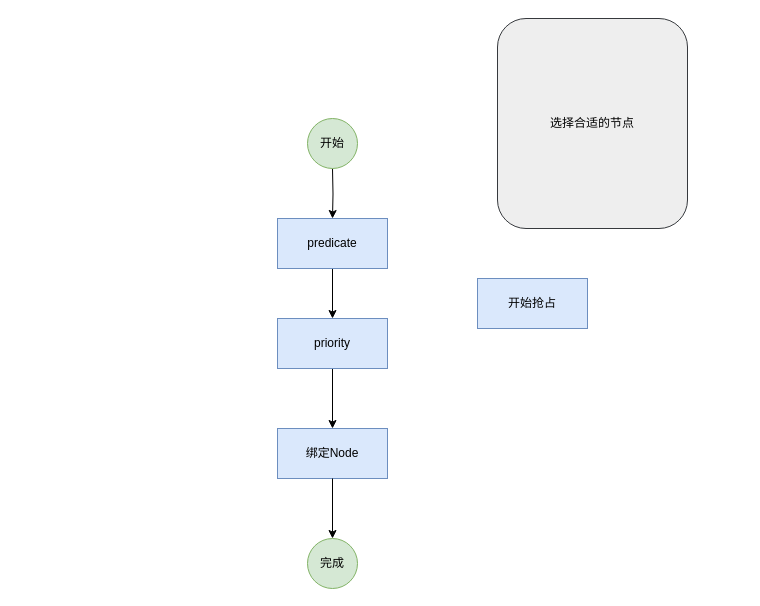
Before: img/Untitled Diagram.drawio in hanlaipeng/project-analysis, a draw.io diagram. Source tidied: cells renumbered, new cells numbered last; positions are measured from the earlier drawing's top-left corner, leaving out a move shared by most shapes. Both pictures are drawn from the tidied source at 100%, with x=0, y=0 at pixel (277, 18).
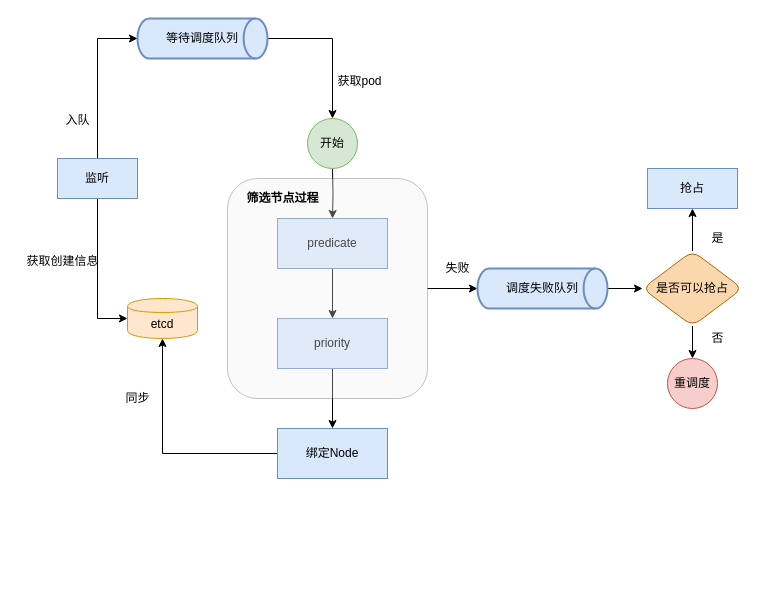
The same page after the edit.

The change refers to these unchanged cells:
```xml
<mxCell id="7" value="绑定Node" style="rounded=0;whiteSpace=wrap;html=1;fillColor=#dae8fc;strokeColor=#6c8ebf;" parent="1" vertex="1">
  <mxGeometry y="410" width="110" height="50" as="geometry" />
</mxCell>
<mxCell id="10" value="开始" style="ellipse;whiteSpace=wrap;html=1;fillColor=#d5e8d4;strokeColor=#82b366;" parent="1" vertex="1">
  <mxGeometry x="30" y="100" width="50" height="50" as="geometry" />
</mxCell>
```

The edit, as a diff of the source:
```diff
@@
+    <mxCell id="13" style="edgeStyle=orthogonalEdgeStyle;rounded=0;jettySize=auto;html=1;exitX=0;exitY=0.5;exitDx=0;exitDy=0;entryX=0.5;entryY=1;entryDx=0;entryDy=0;" parent="1" edge="1" source="7" target="32">
+      <mxGeometry relative="1" as="geometry" />
+    </mxCell>
@@
-    <mxCell id="8" value="完成" style="ellipse;whiteSpace=wrap;html=1;fillColor=#d5e8d4;strokeColor=#82b366;" parent="1" vertex="1">
-      <mxGeometry x="30" y="520" width="50" height="50" as="geometry" />
-    </mxCell>
-    <mxCell id="9" style="edgeStyle=orthogonalEdgeStyle;rounded=0;jettySize=auto;html=1;" parent="1" edge="1" source="7" target="8">
-      <mxGeometry relative="1" as="geometry" />
-    </mxCell>
@@
-    <mxCell id="11" value="开始抢占" style="rounded=0;whiteSpace=wrap;html=1;fillColor=#dae8fc;strokeColor=#6c8ebf;" parent="1" vertex="1">
-      <mxGeometry x="200" y="260" width="110" height="50" as="geometry" />
-    </mxCell>
+    <mxCell id="14" style="edgeStyle=orthogonalEdgeStyle;rounded=0;jettySize=auto;html=1;" parent="1" edge="1" source="12" target="28">
+      <mxGeometry relative="1" as="geometry" />
+    </mxCell>
-    <mxCell id="12" value="选择合适的节点" style="rounded=1;whiteSpace=wrap;html=1;fillColor=#eeeeee;strokeColor=#36393d;shadow=0;comic=0;glass=0;" parent="1" vertex="1">
-      <mxGeometry x="220" width="190" height="210" as="geometry" />
+    <mxCell id="12" value="&lt;h3&gt;&lt;br&gt;&lt;/h3&gt;" style="rounded=1;whiteSpace=wrap;html=1;fillColor=#eeeeee;strokeColor=#36393d;shadow=0;comic=0;glass=0;opacity=30;perimeterSpacing=0;overflow=visible;" parent="1" vertex="1">
+      <mxGeometry x="-50" y="160" width="200" height="220" as="geometry" />
     </mxCell>
+    <mxCell id="15" value="&lt;b&gt;筛选节点过程&lt;/b&gt;" style="text;html=1;align=center;verticalAlign=middle;" parent="1" vertex="1">
+      <mxGeometry x="-40" y="170" width="90" height="20" as="geometry" />
+    </mxCell>
+    <mxCell id="16" value="失败" style="text;html=1;align=center;verticalAlign=middle;" parent="1" vertex="1">
+      <mxGeometry x="160" y="240" width="40" height="20" as="geometry" />
+    </mxCell>
+    <mxCell id="17" style="edgeStyle=orthogonalEdgeStyle;rounded=0;jettySize=auto;html=1;" parent="1" edge="1" source="19" target="20">
+      <mxGeometry relative="1" as="geometry" />
+    </mxCell>
+    <mxCell id="18" style="edgeStyle=orthogonalEdgeStyle;rounded=0;jettySize=auto;html=1;" parent="1" edge="1" source="19" target="21">
+      <mxGeometry relative="1" as="geometry" />
+    </mxCell>
+    <mxCell id="19" value="是否可以抢占" style="rhombus;whiteSpace=wrap;html=1;rounded=1;shadow=0;glass=0;comic=0;fillColor=#fad7ac;strokeColor=#b46504;" parent="1" vertex="1">
+      <mxGeometry x="365" y="232.5" width="100" height="75" as="geometry" />
+    </mxCell>
+    <mxCell id="20" value="抢占" style="rounded=0;whiteSpace=wrap;html=1;fillColor=#dae8fc;strokeColor=#6c8ebf;" parent="1" vertex="1">
+      <mxGeometry x="370" y="150" width="90" height="40" as="geometry" />
+    </mxCell>
+    <mxCell id="21" value="重调度" style="ellipse;whiteSpace=wrap;html=1;fillColor=#f8cecc;strokeColor=#b85450;" parent="1" vertex="1">
+      <mxGeometry x="390" y="340" width="50" height="50" as="geometry" />
+    </mxCell>
+    <mxCell id="22" value="是" style="text;html=1;align=center;verticalAlign=middle;" parent="1" vertex="1">
+      <mxGeometry x="425" y="210" width="30" height="20" as="geometry" />
+    </mxCell>
+    <mxCell id="23" value="否" style="text;html=1;align=center;verticalAlign=middle;" parent="1" vertex="1">
+      <mxGeometry x="425" y="310" width="30" height="20" as="geometry" />
+    </mxCell>
+    <mxCell id="24" style="edgeStyle=orthogonalEdgeStyle;rounded=0;jettySize=auto;html=1;exitX=1;exitY=0.5;exitDx=0;exitDy=0;exitPerimeter=0;entryX=0.5;entryY=0;entryDx=0;entryDy=0;" parent="1" edge="1" source="25" target="10">
+      <mxGeometry relative="1" as="geometry" />
+    </mxCell>
+    <mxCell id="25" value="等待调度队列" style="strokeWidth=2;html=1;shape=mxgraph.flowchart.direct_data;whiteSpace=wrap;rounded=1;shadow=0;glass=0;comic=0;fillColor=#dae8fc;strokeColor=#6c8ebf;" parent="1" vertex="1">
+      <mxGeometry x="-140" width="130" height="40" as="geometry" />
+    </mxCell>
+    <mxCell id="26" value="获取pod" style="text;html=1;align=center;verticalAlign=middle;" parent="1" vertex="1">
+      <mxGeometry x="52" y="53" width="60" height="20" as="geometry" />
+    </mxCell>
+    <mxCell id="27" style="edgeStyle=orthogonalEdgeStyle;rounded=0;jettySize=auto;html=1;exitX=1;exitY=0.5;exitDx=0;exitDy=0;exitPerimeter=0;entryX=0;entryY=0.5;entryDx=0;entryDy=0;" parent="1" edge="1" source="28" target="19">
+      <mxGeometry relative="1" as="geometry" />
+    </mxCell>
+    <mxCell id="28" value="调度失败队列" style="strokeWidth=2;html=1;shape=mxgraph.flowchart.direct_data;whiteSpace=wrap;rounded=1;shadow=0;glass=0;comic=0;fillColor=#dae8fc;strokeColor=#6c8ebf;" parent="1" vertex="1">
+      <mxGeometry x="200" y="250" width="130" height="40" as="geometry" />
+    </mxCell>
+    <mxCell id="29" style="edgeStyle=orthogonalEdgeStyle;rounded=0;jettySize=auto;html=1;exitX=0.5;exitY=1;exitDx=0;exitDy=0;entryX=0;entryY=0.5;entryDx=0;entryDy=0;" parent="1" edge="1" source="31" target="32">
+      <mxGeometry relative="1" as="geometry" />
+    </mxCell>
+    <mxCell id="30" style="edgeStyle=orthogonalEdgeStyle;rounded=0;jettySize=auto;html=1;entryX=0;entryY=0.5;entryDx=0;entryDy=0;entryPerimeter=0;" parent="1" edge="1" source="31" target="25">
+      <mxGeometry relative="1" as="geometry" />
+    </mxCell>
+    <mxCell id="31" value="监听" style="rounded=0;whiteSpace=wrap;html=1;shadow=0;glass=0;comic=0;fillColor=#dae8fc;strokeColor=#6c8ebf;" parent="1" vertex="1">
+      <mxGeometry x="-220" y="140" width="80" height="40" as="geometry" />
+    </mxCell>
+    <mxCell id="32" value="etcd" style="shape=cylinder;whiteSpace=wrap;html=1;boundedLbl=1;backgroundOutline=1;rounded=1;shadow=0;glass=0;comic=0;fillColor=#ffe6cc;strokeColor=#d79b00;" parent="1" vertex="1">
+      <mxGeometry x="-150" y="280" width="70" height="40" as="geometry" />
+    </mxCell>
+    <mxCell id="33" value="同步" style="text;html=1;align=center;verticalAlign=middle;" parent="1" vertex="1">
+      <mxGeometry x="-160" y="370" width="40" height="20" as="geometry" />
+    </mxCell>
+    <mxCell id="34" value="入队" style="text;html=1;align=center;verticalAlign=middle;" parent="1" vertex="1">
+      <mxGeometry x="-220" y="92" width="40" height="20" as="geometry" />
+    </mxCell>
+    <mxCell id="35" value="获取创建信息" style="text;html=1;align=center;verticalAlign=middle;" parent="1" vertex="1">
+      <mxGeometry x="-260" y="232.5" width="90" height="20" as="geometry" />
+    </mxCell>
```
